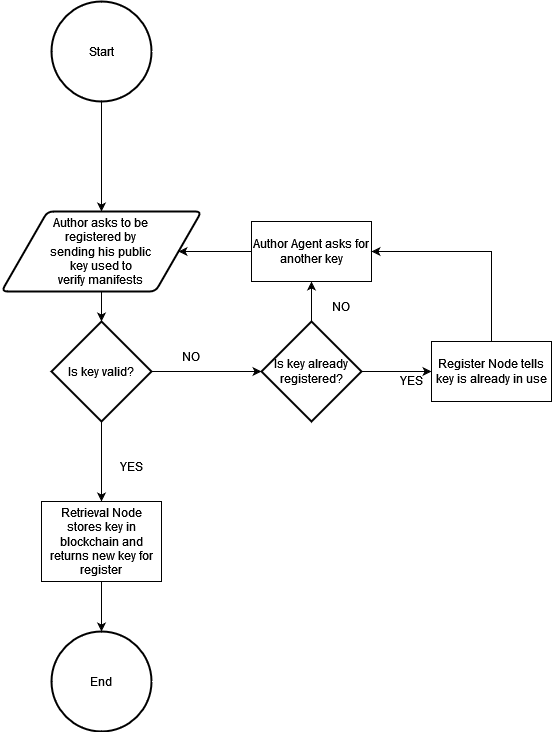
Above: FlowDiagrams/RegisterAuthor/RegisterFlowChart.drawio.png in sfl0r3nz05/DistributedBchFWArchIoT (draw.io), before the change. Source tidied: cells renumbered, new cells last; positions are measured from the earlier drawing's top-left corner, leaving out a move shared by most shapes. Its diagram source:
```xml
<mxGraphModel>
  <root>
    <mxCell id="0" />
    <mxCell id="1" parent="0" />
    <mxCell id="2" style="edgeStyle=orthogonalEdgeStyle;rounded=0;jettySize=auto;html=1;exitX=0.5;exitY=1;exitDx=0;exitDy=0;exitPerimeter=0;" parent="1" edge="1" source="3" target="5">
      <mxGeometry relative="1" as="geometry" />
    </mxCell>
    <mxCell id="3" value="Start" style="strokeWidth=2;html=1;shape=mxgraph.flowchart.start_2;whiteSpace=wrap;" parent="1" vertex="1">
      <mxGeometry x="50" width="100" height="100" as="geometry" />
    </mxCell>
    <mxCell id="4" style="edgeStyle=orthogonalEdgeStyle;rounded=0;jettySize=auto;html=1;exitX=0.5;exitY=1;exitDx=0;exitDy=0;entryX=0.5;entryY=0;entryDx=0;entryDy=0;entryPerimeter=0;" parent="1" edge="1" source="5" target="8">
      <mxGeometry relative="1" as="geometry" />
    </mxCell>
    <mxCell id="5" value="&lt;div&gt;Author asks to be &lt;br&gt;&lt;/div&gt;&lt;div&gt;registered by &lt;br&gt;&lt;/div&gt;&lt;div&gt;sending his public &lt;br&gt;&lt;/div&gt;&lt;div&gt;key used to &lt;br&gt;&lt;/div&gt;&lt;div&gt;verify manifests&lt;/div&gt;" style="shape=parallelogram;html=1;strokeWidth=2;perimeter=parallelogramPerimeter;whiteSpace=wrap;rounded=1;arcSize=12;size=0.23;" parent="1" vertex="1">
      <mxGeometry y="210" width="200" height="80" as="geometry" />
    </mxCell>
    <mxCell id="6" style="edgeStyle=orthogonalEdgeStyle;rounded=0;jettySize=auto;html=1;exitX=0.5;exitY=1;exitDx=0;exitDy=0;exitPerimeter=0;entryX=0.5;entryY=0;entryDx=0;entryDy=0;" parent="1" edge="1" source="8" target="10">
      <mxGeometry relative="1" as="geometry" />
    </mxCell>
    <mxCell id="7" style="edgeStyle=orthogonalEdgeStyle;rounded=0;jettySize=auto;html=1;exitX=1;exitY=0.5;exitDx=0;exitDy=0;exitPerimeter=0;entryX=0;entryY=0.5;entryDx=0;entryDy=0;entryPerimeter=0;" parent="1" edge="1" source="8" target="14">
      <mxGeometry relative="1" as="geometry" />
    </mxCell>
    <mxCell id="8" value="Is key valid?" style="strokeWidth=2;html=1;shape=mxgraph.flowchart.decision;whiteSpace=wrap;" parent="1" vertex="1">
      <mxGeometry x="50" y="320" width="100" height="100" as="geometry" />
    </mxCell>
    <mxCell id="9" style="edgeStyle=orthogonalEdgeStyle;rounded=0;jettySize=auto;html=1;exitX=0.5;exitY=1;exitDx=0;exitDy=0;entryX=0.5;entryY=0;entryDx=0;entryDy=0;entryPerimeter=0;" parent="1" edge="1" source="10" target="11">
      <mxGeometry relative="1" as="geometry" />
    </mxCell>
    <mxCell id="10" value="Retrieval Node stores key in blockchain and returns new key for register" style="rounded=0;whiteSpace=wrap;html=1;" parent="1" vertex="1">
      <mxGeometry x="40" y="500" width="120" height="80" as="geometry" />
    </mxCell>
    <mxCell id="11" value="End" style="strokeWidth=2;html=1;shape=mxgraph.flowchart.start_2;whiteSpace=wrap;" parent="1" vertex="1">
      <mxGeometry x="50" y="630" width="100" height="100" as="geometry" />
    </mxCell>
    <mxCell id="12" style="edgeStyle=orthogonalEdgeStyle;rounded=0;jettySize=auto;html=1;exitX=0.5;exitY=0;exitDx=0;exitDy=0;exitPerimeter=0;entryX=0.5;entryY=1;entryDx=0;entryDy=0;" parent="1" edge="1" source="14" target="16">
      <mxGeometry relative="1" as="geometry" />
    </mxCell>
    <mxCell id="13" style="edgeStyle=orthogonalEdgeStyle;rounded=0;jettySize=auto;html=1;exitX=1;exitY=0.5;exitDx=0;exitDy=0;exitPerimeter=0;entryX=0;entryY=0.5;entryDx=0;entryDy=0;" parent="1" edge="1" source="14" target="20">
      <mxGeometry relative="1" as="geometry" />
    </mxCell>
    <mxCell id="14" value="Is key already registered?" style="strokeWidth=2;html=1;shape=mxgraph.flowchart.decision;whiteSpace=wrap;" parent="1" vertex="1">
      <mxGeometry x="260" y="320" width="100" height="100" as="geometry" />
    </mxCell>
    <mxCell id="15" style="edgeStyle=orthogonalEdgeStyle;rounded=0;jettySize=auto;html=1;exitX=0;exitY=0.5;exitDx=0;exitDy=0;" parent="1" edge="1" source="16" target="5">
      <mxGeometry relative="1" as="geometry" />
    </mxCell>
    <mxCell id="16" value="Author Agent asks for another key" style="rounded=0;whiteSpace=wrap;html=1;" parent="1" vertex="1">
      <mxGeometry x="250" y="220" width="120" height="60" as="geometry" />
    </mxCell>
    <mxCell id="17" value="NO" style="text;html=1;strokeColor=none;fillColor=none;align=center;verticalAlign=middle;whiteSpace=wrap;rounded=0;" parent="1" vertex="1">
      <mxGeometry x="160" y="340" width="60" height="30" as="geometry" />
    </mxCell>
    <mxCell id="18" value="NO" style="text;html=1;strokeColor=none;fillColor=none;align=center;verticalAlign=middle;whiteSpace=wrap;rounded=0;" parent="1" vertex="1">
      <mxGeometry x="310" y="290" width="60" height="30" as="geometry" />
    </mxCell>
    <mxCell id="19" style="edgeStyle=orthogonalEdgeStyle;rounded=0;jettySize=auto;html=1;exitX=0.5;exitY=0;exitDx=0;exitDy=0;entryX=1;entryY=0.5;entryDx=0;entryDy=0;" parent="1" edge="1" source="20" target="16">
      <mxGeometry relative="1" as="geometry" />
    </mxCell>
    <mxCell id="20" value="Register Node tells key is already in use" style="rounded=0;whiteSpace=wrap;html=1;" parent="1" vertex="1">
      <mxGeometry x="430" y="340" width="120" height="60" as="geometry" />
    </mxCell>
    <mxCell id="21" value="YES" style="text;html=1;strokeColor=none;fillColor=none;align=center;verticalAlign=middle;whiteSpace=wrap;rounded=0;" parent="1" vertex="1">
      <mxGeometry x="100" y="450" width="60" height="30" as="geometry" />
    </mxCell>
    <mxCell id="22" value="YES" style="text;html=1;strokeColor=none;fillColor=none;align=center;verticalAlign=middle;whiteSpace=wrap;rounded=0;" parent="1" vertex="1">
      <mxGeometry x="380" y="364" width="60" height="30" as="geometry" />
    </mxCell>
  </root>
</mxGraphModel>
```
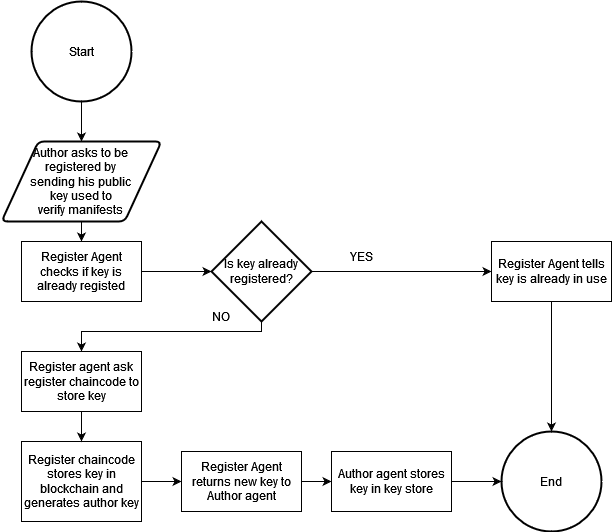
After the change.

The edit, as a diff of the source:
```diff
@@ -8,62 +8,70 @@
     <mxCell id="3" value="Start" style="strokeWidth=2;html=1;shape=mxgraph.flowchart.start_2;whiteSpace=wrap;" parent="1" vertex="1">
       <mxGeometry x="50" width="100" height="100" as="geometry" />
     </mxCell>
-    <mxCell id="4" style="edgeStyle=orthogonalEdgeStyle;rounded=0;jettySize=auto;html=1;exitX=0.5;exitY=1;exitDx=0;exitDy=0;entryX=0.5;entryY=0;entryDx=0;entryDy=0;entryPerimeter=0;" parent="1" edge="1" source="5" target="8">
-      <mxGeometry relative="1" as="geometry" />
-    </mxCell>
+    <mxCell id="23" style="edgeStyle=orthogonalEdgeStyle;rounded=0;jettySize=auto;html=1;exitX=0.5;exitY=1;exitDx=0;exitDy=0;" parent="1" edge="1" source="5" target="28">
+      <mxGeometry relative="1" as="geometry" />
+    </mxCell>
     <mxCell id="5" value="&lt;div&gt;Author asks to be &lt;br&gt;&lt;/div&gt;&lt;div&gt;registered by &lt;br&gt;&lt;/div&gt;&lt;div&gt;sending his public &lt;br&gt;&lt;/div&gt;&lt;div&gt;key used to &lt;br&gt;&lt;/div&gt;&lt;div&gt;verify manifests&lt;/div&gt;" style="shape=parallelogram;html=1;strokeWidth=2;perimeter=parallelogramPerimeter;whiteSpace=wrap;rounded=1;arcSize=12;size=0.23;" parent="1" vertex="1">
-      <mxGeometry y="210" width="200" height="80" as="geometry" />
+      <mxGeometry x="20" y="140" width="160" height="80" as="geometry" />
     </mxCell>
-    <mxCell id="6" style="edgeStyle=orthogonalEdgeStyle;rounded=0;jettySize=auto;html=1;exitX=0.5;exitY=1;exitDx=0;exitDy=0;exitPerimeter=0;entryX=0.5;entryY=0;entryDx=0;entryDy=0;" parent="1" edge="1" source="8" target="10">
-      <mxGeometry relative="1" as="geometry" />
-    </mxCell>
-    <mxCell id="7" style="edgeStyle=orthogonalEdgeStyle;rounded=0;jettySize=auto;html=1;exitX=1;exitY=0.5;exitDx=0;exitDy=0;exitPerimeter=0;entryX=0;entryY=0.5;entryDx=0;entryDy=0;entryPerimeter=0;" parent="1" edge="1" source="8" target="14">
-      <mxGeometry relative="1" as="geometry" />
-    </mxCell>
-    <mxCell id="8" value="Is key valid?" style="strokeWidth=2;html=1;shape=mxgraph.flowchart.decision;whiteSpace=wrap;" parent="1" vertex="1">
-      <mxGeometry x="50" y="320" width="100" height="100" as="geometry" />
-    </mxCell>
-    <mxCell id="9" style="edgeStyle=orthogonalEdgeStyle;rounded=0;jettySize=auto;html=1;exitX=0.5;exitY=1;exitDx=0;exitDy=0;entryX=0.5;entryY=0;entryDx=0;entryDy=0;entryPerimeter=0;" parent="1" edge="1" source="10" target="11">
-      <mxGeometry relative="1" as="geometry" />
-    </mxCell>
+    <mxCell id="24" style="edgeStyle=orthogonalEdgeStyle;rounded=0;jettySize=auto;html=1;exitX=1;exitY=0.5;exitDx=0;exitDy=0;entryX=0;entryY=0.5;entryDx=0;entryDy=0;" parent="1" edge="1" source="10" target="32">
+      <mxGeometry relative="1" as="geometry" />
+    </mxCell>
-    <mxCell id="10" value="Retrieval Node stores key in blockchain and returns new key for register" style="rounded=0;whiteSpace=wrap;html=1;" parent="1" vertex="1">
-      <mxGeometry x="40" y="500" width="120" height="80" as="geometry" />
+    <mxCell id="10" value="Register chaincode stores key in blockchain and generates author key" style="rounded=0;whiteSpace=wrap;html=1;" parent="1" vertex="1">
+      <mxGeometry x="40" y="440" width="120" height="80" as="geometry" />
     </mxCell>
     <mxCell id="11" value="End" style="strokeWidth=2;html=1;shape=mxgraph.flowchart.start_2;whiteSpace=wrap;" parent="1" vertex="1">
-      <mxGeometry x="50" y="630" width="100" height="100" as="geometry" />
+      <mxGeometry x="520" y="430" width="100" height="100" as="geometry" />
     </mxCell>
-    <mxCell id="12" style="edgeStyle=orthogonalEdgeStyle;rounded=0;jettySize=auto;html=1;exitX=0.5;exitY=0;exitDx=0;exitDy=0;exitPerimeter=0;entryX=0.5;entryY=1;entryDx=0;entryDy=0;" parent="1" edge="1" source="14" target="16">
-      <mxGeometry relative="1" as="geometry" />
-    </mxCell>
     <mxCell id="13" style="edgeStyle=orthogonalEdgeStyle;rounded=0;jettySize=auto;html=1;exitX=1;exitY=0.5;exitDx=0;exitDy=0;exitPerimeter=0;entryX=0;entryY=0.5;entryDx=0;entryDy=0;" parent="1" edge="1" source="14" target="20">
       <mxGeometry relative="1" as="geometry" />
     </mxCell>
+    <mxCell id="25" style="edgeStyle=orthogonalEdgeStyle;rounded=0;jettySize=auto;html=1;exitX=0.5;exitY=1;exitDx=0;exitDy=0;exitPerimeter=0;" parent="1" edge="1" source="14" target="30">
+      <mxGeometry relative="1" as="geometry">
+        <Array as="points">
+          <mxPoint x="280" y="330" />
+          <mxPoint x="100" y="330" />
+        </Array>
+      </mxGeometry>
+    </mxCell>
     <mxCell id="14" value="Is key already registered?" style="strokeWidth=2;html=1;shape=mxgraph.flowchart.decision;whiteSpace=wrap;" parent="1" vertex="1">
-      <mxGeometry x="260" y="320" width="100" height="100" as="geometry" />
+      <mxGeometry x="230" y="220" width="100" height="100" as="geometry" />
     </mxCell>
-    <mxCell id="15" style="edgeStyle=orthogonalEdgeStyle;rounded=0;jettySize=auto;html=1;exitX=0;exitY=0.5;exitDx=0;exitDy=0;" parent="1" edge="1" source="16" target="5">
-      <mxGeometry relative="1" as="geometry" />
-    </mxCell>
-    <mxCell id="16" value="Author Agent asks for another key" style="rounded=0;whiteSpace=wrap;html=1;" parent="1" vertex="1">
-      <mxGeometry x="250" y="220" width="120" height="60" as="geometry" />
-    </mxCell>
-    <mxCell id="17" value="NO" style="text;html=1;strokeColor=none;fillColor=none;align=center;verticalAlign=middle;whiteSpace=wrap;rounded=0;" parent="1" vertex="1">
-      <mxGeometry x="160" y="340" width="60" height="30" as="geometry" />
-    </mxCell>
     <mxCell id="18" value="NO" style="text;html=1;strokeColor=none;fillColor=none;align=center;verticalAlign=middle;whiteSpace=wrap;rounded=0;" parent="1" vertex="1">
-      <mxGeometry x="310" y="290" width="60" height="30" as="geometry" />
+      <mxGeometry x="210" y="300" width="60" height="30" as="geometry" />
     </mxCell>
-    <mxCell id="19" style="edgeStyle=orthogonalEdgeStyle;rounded=0;jettySize=auto;html=1;exitX=0.5;exitY=0;exitDx=0;exitDy=0;entryX=1;entryY=0.5;entryDx=0;entryDy=0;" parent="1" edge="1" source="20" target="16">
-      <mxGeometry relative="1" as="geometry" />
-    </mxCell>
+    <mxCell id="26" style="edgeStyle=orthogonalEdgeStyle;rounded=0;jettySize=auto;html=1;exitX=0.5;exitY=1;exitDx=0;exitDy=0;entryX=0.5;entryY=0;entryDx=0;entryDy=0;entryPerimeter=0;" parent="1" edge="1" source="20" target="11">
+      <mxGeometry relative="1" as="geometry" />
+    </mxCell>
-    <mxCell id="20" value="Register Node tells key is already in use" style="rounded=0;whiteSpace=wrap;html=1;" parent="1" vertex="1">
-      <mxGeometry x="430" y="340" width="120" height="60" as="geometry" />
+    <mxCell id="20" value="Register Agent tells key is already in use" style="rounded=0;whiteSpace=wrap;html=1;" parent="1" vertex="1">
+      <mxGeometry x="510" y="240" width="120" height="60" as="geometry" />
     </mxCell>
-    <mxCell id="21" value="YES" style="text;html=1;strokeColor=none;fillColor=none;align=center;verticalAlign=middle;whiteSpace=wrap;rounded=0;" parent="1" vertex="1">
-      <mxGeometry x="100" y="450" width="60" height="30" as="geometry" />
-    </mxCell>
     <mxCell id="22" value="YES" style="text;html=1;strokeColor=none;fillColor=none;align=center;verticalAlign=middle;whiteSpace=wrap;rounded=0;" parent="1" vertex="1">
-      <mxGeometry x="380" y="364" width="60" height="30" as="geometry" />
+      <mxGeometry x="350" y="240" width="60" height="30" as="geometry" />
     </mxCell>
+    <mxCell id="27" style="edgeStyle=orthogonalEdgeStyle;rounded=0;jettySize=auto;html=1;exitX=1;exitY=0.5;exitDx=0;exitDy=0;entryX=0;entryY=0.5;entryDx=0;entryDy=0;entryPerimeter=0;" parent="1" edge="1" source="28" target="14">
+      <mxGeometry relative="1" as="geometry" />
+    </mxCell>
+    <mxCell id="28" value="Register Agent checks if key is already registed" style="rounded=0;whiteSpace=wrap;html=1;" parent="1" vertex="1">
+      <mxGeometry x="40" y="240" width="120" height="60" as="geometry" />
+    </mxCell>
+    <mxCell id="29" style="edgeStyle=orthogonalEdgeStyle;rounded=0;jettySize=auto;html=1;exitX=0.5;exitY=1;exitDx=0;exitDy=0;entryX=0.5;entryY=0;entryDx=0;entryDy=0;" parent="1" edge="1" source="30" target="10">
+      <mxGeometry relative="1" as="geometry" />
+    </mxCell>
+    <mxCell id="30" value="Register agent ask register chaincode to store key" style="rounded=0;whiteSpace=wrap;html=1;" parent="1" vertex="1">
+      <mxGeometry x="40" y="350" width="120" height="60" as="geometry" />
+    </mxCell>
+    <mxCell id="31" style="edgeStyle=orthogonalEdgeStyle;rounded=0;jettySize=auto;html=1;exitX=1;exitY=0.5;exitDx=0;exitDy=0;entryX=0;entryY=0.5;entryDx=0;entryDy=0;" parent="1" edge="1" source="32" target="34">
+      <mxGeometry relative="1" as="geometry" />
+    </mxCell>
+    <mxCell id="32" value="Register Agent returns new key to Author agent" style="rounded=0;whiteSpace=wrap;html=1;" parent="1" vertex="1">
+      <mxGeometry x="200" y="450" width="120" height="60" as="geometry" />
+    </mxCell>
+    <mxCell id="33" style="edgeStyle=orthogonalEdgeStyle;rounded=0;jettySize=auto;html=1;exitX=1;exitY=0.5;exitDx=0;exitDy=0;entryX=0;entryY=0.5;entryDx=0;entryDy=0;entryPerimeter=0;" parent="1" edge="1" source="34" target="11">
+      <mxGeometry relative="1" as="geometry" />
+    </mxCell>
+    <mxCell id="34" value="Author agent stores key in key store" style="rounded=0;whiteSpace=wrap;html=1;" parent="1" vertex="1">
+      <mxGeometry x="350" y="450" width="120" height="60" as="geometry" />
+    </mxCell>
   </root>
 </mxGraphModel>
```
